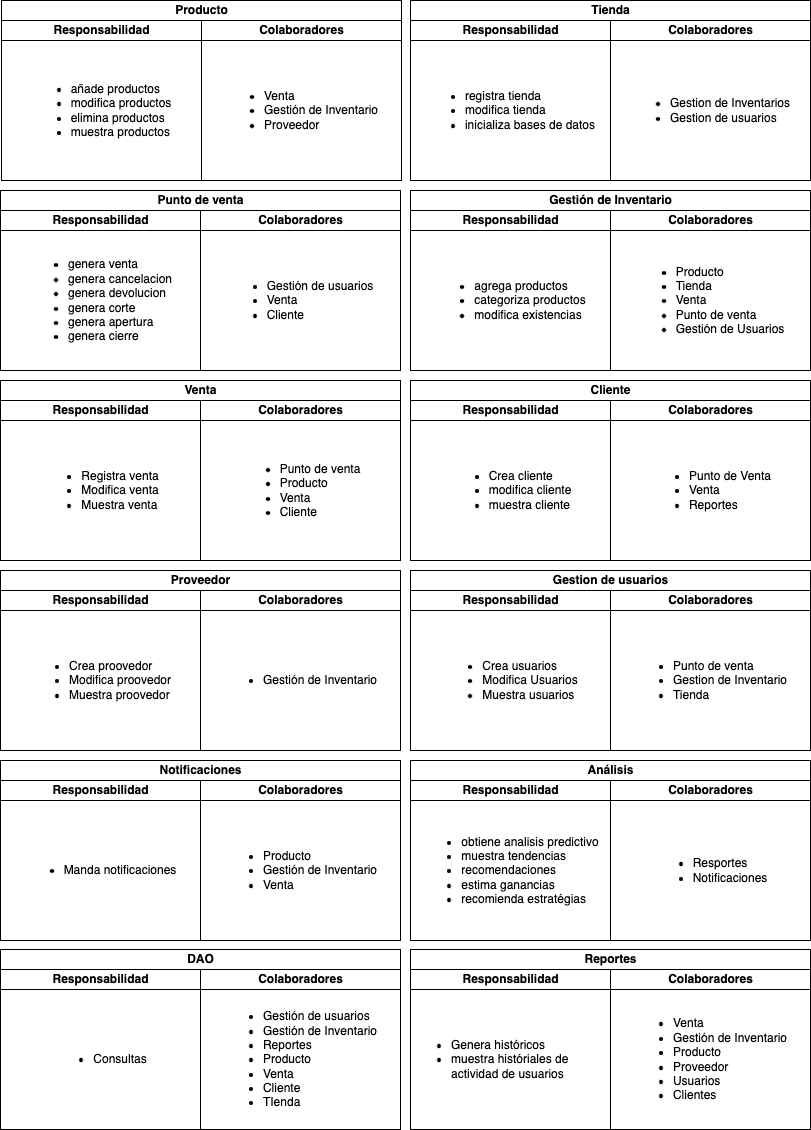
Inventory-managment-project/project-base keeps this draw.io diagram as tarjetas_responsabilidad.png. Above is the earlier version. Source tidied: cells renumbered, new cells last; positions are measured from the earlier drawing's top-left corner, leaving out a move shared by most shapes.
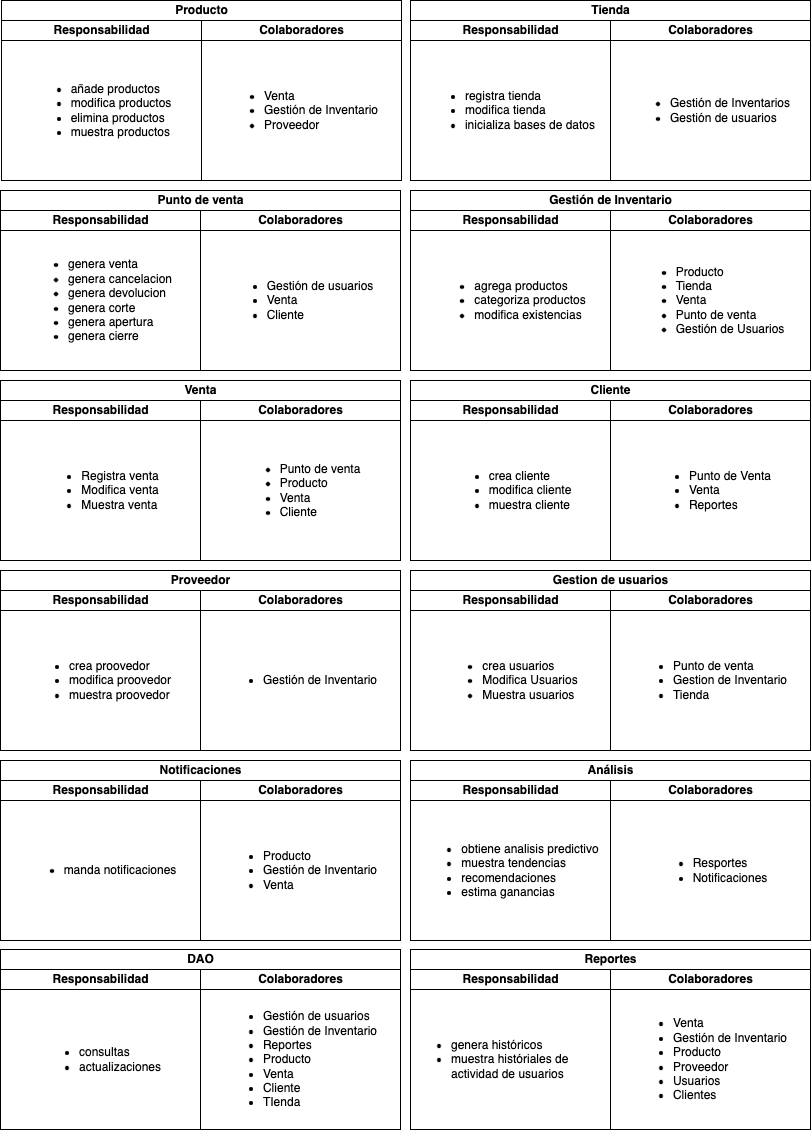
After the commit.

Commit message:
tarjetas de responsabilidad capitalizadas

The edit, as a diff of the source:
```diff
@@ -29,7 +29,7 @@
     <mxCell id="10" value="Colaboradores" style="swimlane;startSize=20;html=1;" parent="7" vertex="1">
       <mxGeometry x="200" y="20" width="200" height="160" as="geometry" />
     </mxCell>
-    <mxCell id="11" value="&lt;ul&gt;&lt;li style=&quot;text-align: left;&quot;&gt;Gestion de Inventarios&lt;/li&gt;&lt;li style=&quot;text-align: left;&quot;&gt;Gestion de usuarios&lt;/li&gt;&lt;/ul&gt;" style="text;html=1;align=center;verticalAlign=middle;whiteSpace=wrap;rounded=0;" parent="10" vertex="1">
+    <mxCell id="11" value="&lt;ul&gt;&lt;li style=&quot;text-align: left;&quot;&gt;Gestión de Inventarios&lt;/li&gt;&lt;li style=&quot;text-align: left;&quot;&gt;Gestión de usuarios&lt;/li&gt;&lt;/ul&gt;" style="text;html=1;align=center;verticalAlign=middle;whiteSpace=wrap;rounded=0;" parent="10" vertex="1">
       <mxGeometry y="20" width="200" height="140" as="geometry" />
     </mxCell>
     <mxCell id="12" value="Proveedor" style="swimlane;startSize=20;html=1;" parent="1" vertex="1">
@@ -38,7 +38,7 @@
     <mxCell id="13" value="Responsabilidad" style="swimlane;startSize=20;html=1;" parent="12" vertex="1">
       <mxGeometry y="20" width="200" height="160" as="geometry" />
     </mxCell>
-    <mxCell id="14" value="&lt;ul&gt;&lt;li style=&quot;text-align: left;&quot;&gt;Crea proovedor&lt;/li&gt;&lt;li style=&quot;text-align: left;&quot;&gt;Modifica proovedor&lt;/li&gt;&lt;li style=&quot;text-align: left;&quot;&gt;Muestra proovedor&lt;/li&gt;&lt;/ul&gt;" style="text;html=1;align=center;verticalAlign=middle;whiteSpace=wrap;rounded=0;" parent="13" vertex="1">
+    <mxCell id="14" value="&lt;ul&gt;&lt;li style=&quot;text-align: left;&quot;&gt;crea proovedor&lt;/li&gt;&lt;li style=&quot;text-align: left;&quot;&gt;modifica proovedor&lt;/li&gt;&lt;li style=&quot;text-align: left;&quot;&gt;muestra proovedor&lt;/li&gt;&lt;/ul&gt;" style="text;html=1;align=center;verticalAlign=middle;whiteSpace=wrap;rounded=0;" parent="13" vertex="1">
       <mxGeometry y="20" width="200" height="140" as="geometry" />
     </mxCell>
     <mxCell id="15" value="Colaboradores" style="swimlane;startSize=20;html=1;" parent="12" vertex="1">
@@ -68,7 +68,7 @@
     <mxCell id="23" value="Responsabilidad" style="swimlane;startSize=20;html=1;" parent="22" vertex="1">
       <mxGeometry y="20" width="200" height="160" as="geometry" />
     </mxCell>
-    <mxCell id="24" value="&lt;ul&gt;&lt;li style=&quot;text-align: left;&quot;&gt;Genera históricos&lt;/li&gt;&lt;li style=&quot;text-align: left;&quot;&gt;muestra históriales de actividad de usuarios&lt;/li&gt;&lt;/ul&gt;" style="text;html=1;align=center;verticalAlign=middle;whiteSpace=wrap;rounded=0;" parent="23" vertex="1">
+    <mxCell id="24" value="&lt;ul&gt;&lt;li style=&quot;text-align: left;&quot;&gt;genera históricos&lt;/li&gt;&lt;li style=&quot;text-align: left;&quot;&gt;muestra históriales de actividad de usuarios&lt;/li&gt;&lt;/ul&gt;" style="text;html=1;align=center;verticalAlign=middle;whiteSpace=wrap;rounded=0;" parent="23" vertex="1">
       <mxGeometry y="20" width="200" height="140" as="geometry" />
     </mxCell>
     <mxCell id="25" value="Colaboradores" style="swimlane;startSize=20;html=1;" parent="22" vertex="1">
@@ -83,7 +83,7 @@
     <mxCell id="28" value="Responsabilidad" style="swimlane;startSize=20;html=1;" parent="27" vertex="1">
       <mxGeometry y="20" width="200" height="160" as="geometry" />
     </mxCell>
-    <mxCell id="29" value="&lt;ul&gt;&lt;li style=&quot;text-align: left;&quot;&gt;obtiene analisis predictivo&lt;/li&gt;&lt;li style=&quot;text-align: left;&quot;&gt;muestra tendencias&lt;/li&gt;&lt;li style=&quot;text-align: left;&quot;&gt;recomendaciones&amp;nbsp;&lt;/li&gt;&lt;li style=&quot;text-align: left;&quot;&gt;estima ganancias&lt;/li&gt;&lt;li style=&quot;text-align: left;&quot;&gt;recomienda estratégias&lt;/li&gt;&lt;/ul&gt;" style="text;html=1;align=center;verticalAlign=middle;whiteSpace=wrap;rounded=0;" parent="28" vertex="1">
+    <mxCell id="29" value="&lt;ul&gt;&lt;li style=&quot;text-align: left;&quot;&gt;obtiene analisis predictivo&lt;/li&gt;&lt;li style=&quot;text-align: left;&quot;&gt;muestra tendencias&lt;/li&gt;&lt;li style=&quot;text-align: left;&quot;&gt;recomendaciones&amp;nbsp;&lt;/li&gt;&lt;li style=&quot;text-align: left;&quot;&gt;estima ganancias&lt;/li&gt;&lt;/ul&gt;" style="text;html=1;align=center;verticalAlign=middle;whiteSpace=wrap;rounded=0;" parent="28" vertex="1">
       <mxGeometry y="20" width="200" height="140" as="geometry" />
     </mxCell>
     <mxCell id="30" value="Colaboradores" style="swimlane;startSize=20;html=1;" parent="27" vertex="1">
@@ -98,7 +98,7 @@
     <mxCell id="33" value="Responsabilidad" style="swimlane;startSize=20;html=1;" parent="32" vertex="1">
       <mxGeometry y="20" width="200" height="160" as="geometry" />
     </mxCell>
-    <mxCell id="34" value="&lt;ul&gt;&lt;li style=&quot;text-align: left;&quot;&gt;Crea cliente&lt;/li&gt;&lt;li style=&quot;text-align: left;&quot;&gt;modifica cliente&lt;/li&gt;&lt;li style=&quot;text-align: left;&quot;&gt;muestra cliente&lt;/li&gt;&lt;/ul&gt;" style="text;html=1;align=center;verticalAlign=middle;whiteSpace=wrap;rounded=0;" parent="33" vertex="1">
+    <mxCell id="34" value="&lt;ul&gt;&lt;li style=&quot;text-align: left;&quot;&gt;crea cliente&lt;/li&gt;&lt;li style=&quot;text-align: left;&quot;&gt;modifica cliente&lt;/li&gt;&lt;li style=&quot;text-align: left;&quot;&gt;muestra cliente&lt;/li&gt;&lt;/ul&gt;" style="text;html=1;align=center;verticalAlign=middle;whiteSpace=wrap;rounded=0;" parent="33" vertex="1">
       <mxGeometry y="20" width="200" height="140" as="geometry" />
     </mxCell>
     <mxCell id="35" value="Colaboradores" style="swimlane;startSize=20;html=1;" parent="32" vertex="1">
@@ -113,7 +113,7 @@
     <mxCell id="38" value="Responsabilidad" style="swimlane;startSize=20;html=1;" parent="37" vertex="1">
       <mxGeometry y="20" width="200" height="160" as="geometry" />
     </mxCell>
-    <mxCell id="39" value="&lt;ul&gt;&lt;li style=&quot;text-align: left;&quot;&gt;Crea usuarios&lt;/li&gt;&lt;li style=&quot;text-align: left;&quot;&gt;Modifica Usuarios&lt;/li&gt;&lt;li style=&quot;text-align: left;&quot;&gt;Muestra usuarios&lt;/li&gt;&lt;/ul&gt;" style="text;html=1;align=center;verticalAlign=middle;whiteSpace=wrap;rounded=0;" parent="38" vertex="1">
+    <mxCell id="39" value="&lt;ul&gt;&lt;li style=&quot;text-align: left;&quot;&gt;crea usuarios&lt;/li&gt;&lt;li style=&quot;text-align: left;&quot;&gt;Modifica Usuarios&lt;/li&gt;&lt;li style=&quot;text-align: left;&quot;&gt;Muestra usuarios&lt;/li&gt;&lt;/ul&gt;" style="text;html=1;align=center;verticalAlign=middle;whiteSpace=wrap;rounded=0;" parent="38" vertex="1">
       <mxGeometry y="20" width="200" height="140" as="geometry" />
     </mxCell>
     <mxCell id="40" value="Colaboradores" style="swimlane;startSize=20;html=1;" parent="37" vertex="1">
@@ -158,7 +158,7 @@
     <mxCell id="53" value="Responsabilidad" style="swimlane;startSize=20;html=1;" parent="52" vertex="1">
       <mxGeometry y="20" width="200" height="160" as="geometry" />
     </mxCell>
-    <mxCell id="54" value="&lt;ul&gt;&lt;li style=&quot;text-align: left;&quot;&gt;Manda notificaciones&lt;/li&gt;&lt;/ul&gt;" style="text;html=1;align=center;verticalAlign=middle;whiteSpace=wrap;rounded=0;" parent="53" vertex="1">
+    <mxCell id="54" value="&lt;ul&gt;&lt;li style=&quot;text-align: left;&quot;&gt;manda notificaciones&lt;/li&gt;&lt;/ul&gt;" style="text;html=1;align=center;verticalAlign=middle;whiteSpace=wrap;rounded=0;" parent="53" vertex="1">
       <mxGeometry y="20" width="200" height="140" as="geometry" />
     </mxCell>
     <mxCell id="55" value="Colaboradores" style="swimlane;startSize=20;html=1;" parent="52" vertex="1">
@@ -173,7 +173,7 @@
     <mxCell id="58" value="Responsabilidad" style="swimlane;startSize=20;html=1;" parent="57" vertex="1">
       <mxGeometry y="20" width="200" height="160" as="geometry" />
     </mxCell>
-    <mxCell id="59" value="&lt;ul&gt;&lt;li style=&quot;text-align: left;&quot;&gt;Consultas&lt;/li&gt;&lt;/ul&gt;" style="text;html=1;align=center;verticalAlign=middle;whiteSpace=wrap;rounded=0;" parent="58" vertex="1">
+    <mxCell id="59" value="&lt;ul&gt;&lt;li style=&quot;text-align: left;&quot;&gt;consultas&lt;/li&gt;&lt;li style=&quot;text-align: left;&quot;&gt;actualizaciones&lt;/li&gt;&lt;/ul&gt;" style="text;html=1;align=center;verticalAlign=middle;whiteSpace=wrap;rounded=0;" parent="58" vertex="1">
       <mxGeometry y="20" width="200" height="140" as="geometry" />
     </mxCell>
     <mxCell id="60" value="Colaboradores" style="swimlane;startSize=20;html=1;" parent="57" vertex="1">
```
